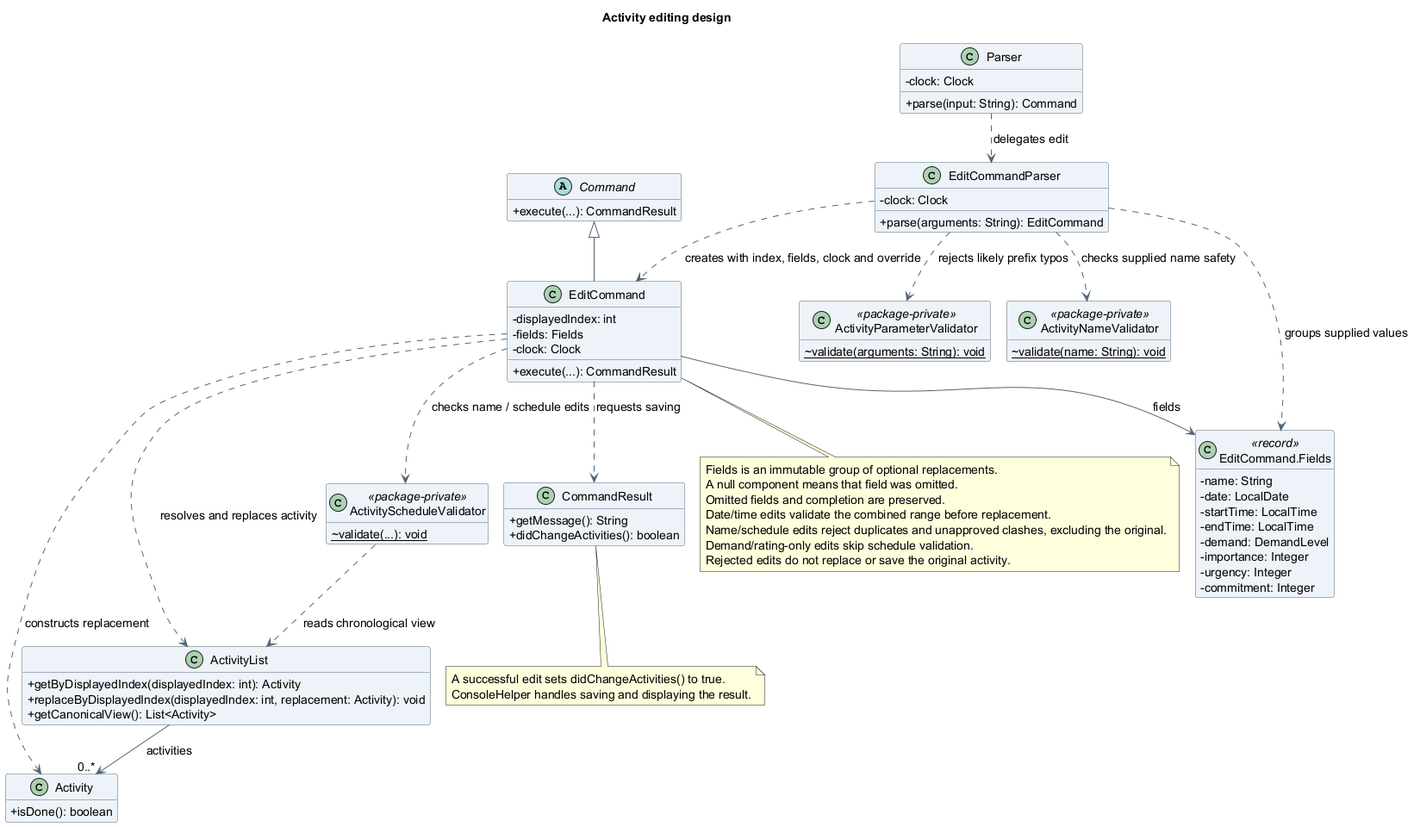
Earlier version of the PlantUML export docs/images/oliver/class/EditActivityClassDiagram.png (AY2627S1-CS2113-T10-4/tp).
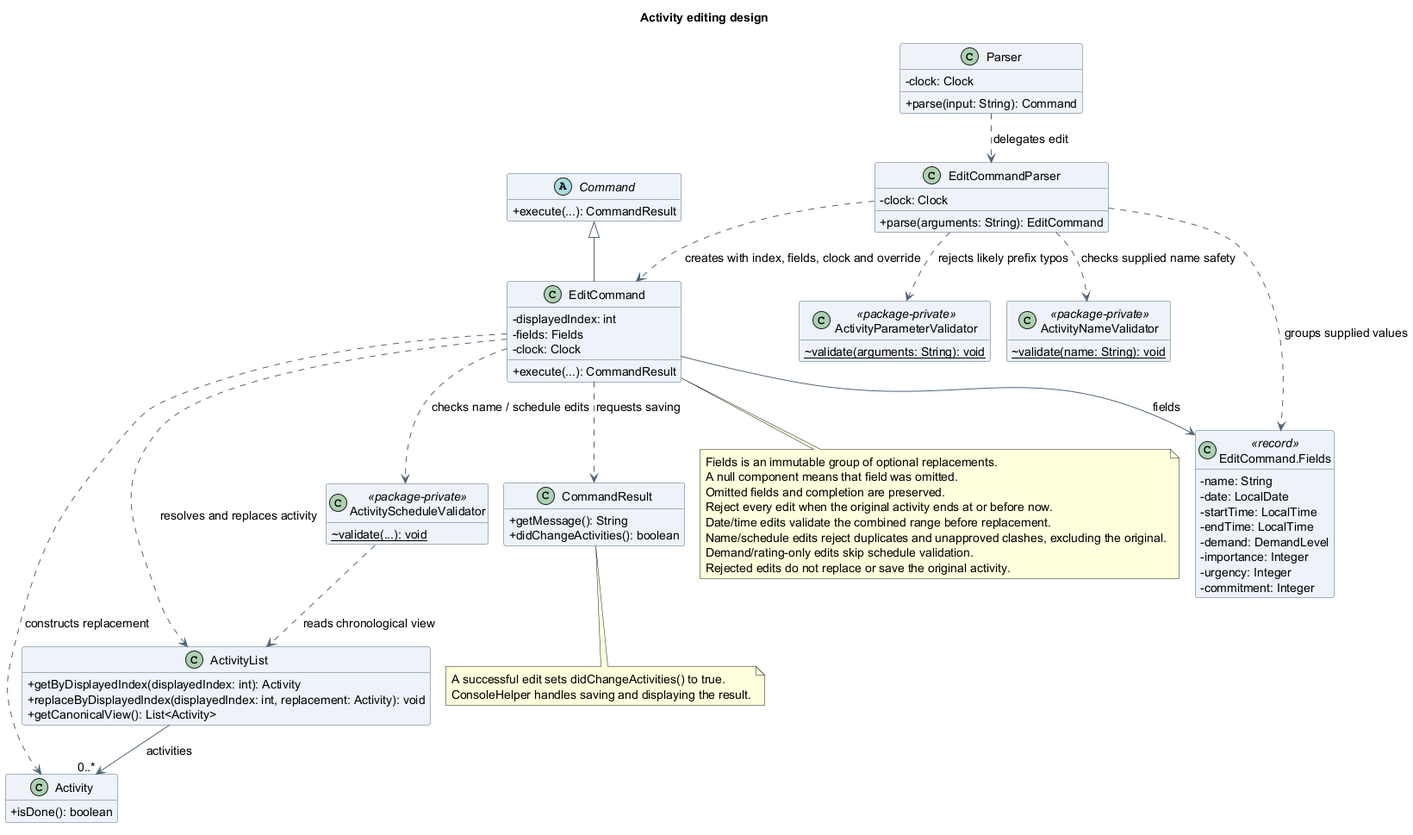
The same file after the commit.

Commit message:
fix(activity): prohibit every edit to ended activities

Change to the diagram source:
```diff
@@ -78,6 +78,7 @@
   Fields is an immutable group of optional replacements.
   A null component means that field was omitted.
   Omitted fields and completion are preserved.
+  Reject every edit when the original activity ends at or before now.
   Date/time edits validate the combined range before replacement.
   Name/schedule edits reject duplicates and unapproved clashes, excluding the original.
   Demand/rating-only edits skip schedule validation.
```
